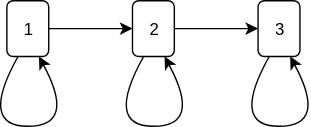
This is md/drawio_assets/transience_and_recurrence.svg from GarryLiuN/stat333, a draw.io export, as it was before one commit. Source tidied: cells renumbered, new cells last; positions are measured from the earlier drawing's top-left corner, leaving out a move shared by most shapes.
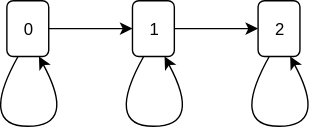
Later version of the same file.

Diff of the diagram source:
```diff
@@ -5,16 +5,16 @@
     <mxCell id="2" style="edgeStyle=orthogonalEdgeStyle;rounded=0;jettySize=auto;html=1;" parent="1" edge="1" source="3" target="5">
       <mxGeometry relative="1" as="geometry" />
     </mxCell>
-    <mxCell id="3" value="1" style="rounded=1;whiteSpace=wrap;html=1;" parent="1" vertex="1">
+    <mxCell id="3" value="0" style="rounded=1;whiteSpace=wrap;html=1;" parent="1" vertex="1">
       <mxGeometry x="20" width="30" height="40" as="geometry" />
     </mxCell>
     <mxCell id="4" style="edgeStyle=orthogonalEdgeStyle;rounded=0;jettySize=auto;html=1;" parent="1" edge="1" source="5" target="6">
       <mxGeometry relative="1" as="geometry" />
     </mxCell>
-    <mxCell id="5" value="2" style="rounded=1;whiteSpace=wrap;html=1;" parent="1" vertex="1">
+    <mxCell id="5" value="1" style="rounded=1;whiteSpace=wrap;html=1;" parent="1" vertex="1">
       <mxGeometry x="110" width="30" height="40" as="geometry" />
     </mxCell>
-    <mxCell id="6" value="3" style="rounded=1;whiteSpace=wrap;html=1;" parent="1" vertex="1">
+    <mxCell id="6" value="2" style="rounded=1;whiteSpace=wrap;html=1;" parent="1" vertex="1">
       <mxGeometry x="200" width="30" height="40" as="geometry" />
     </mxCell>
     <mxCell id="7" style="curved=1;endArrow=classic;html=1;exitX=0.25;exitY=1;exitDx=0;exitDy=0;entryX=0.75;entryY=1;entryDx=0;entryDy=0;" parent="1" edge="1" source="3" target="3">
```
